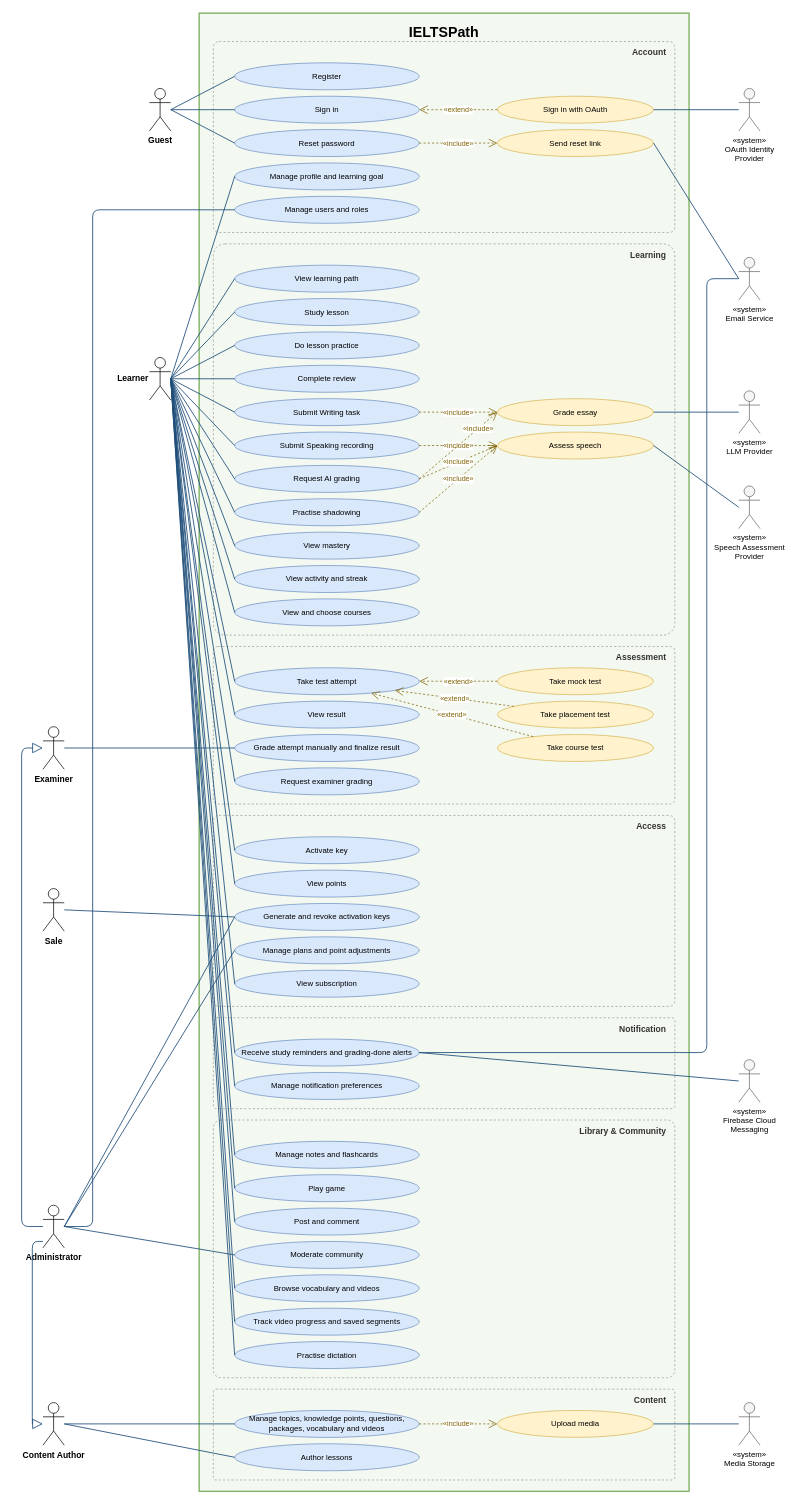
The draw.io diagram capstone-docs/rp_3.0_system-requirements-system/diagram_script/part2-diagrams/IELTSPath_UseCaseDiagram.drawio.xml in IeltsPath-Platform/backend, before the edit. Source tidied: cells renumbered, new cells numbered last; positions are measured from the earlier drawing's top-left corner, leaving out a move shared by most shapes. Both pictures are drawn from the tidied source at 71%, with x=0, y=0 at pixel (21, 13).
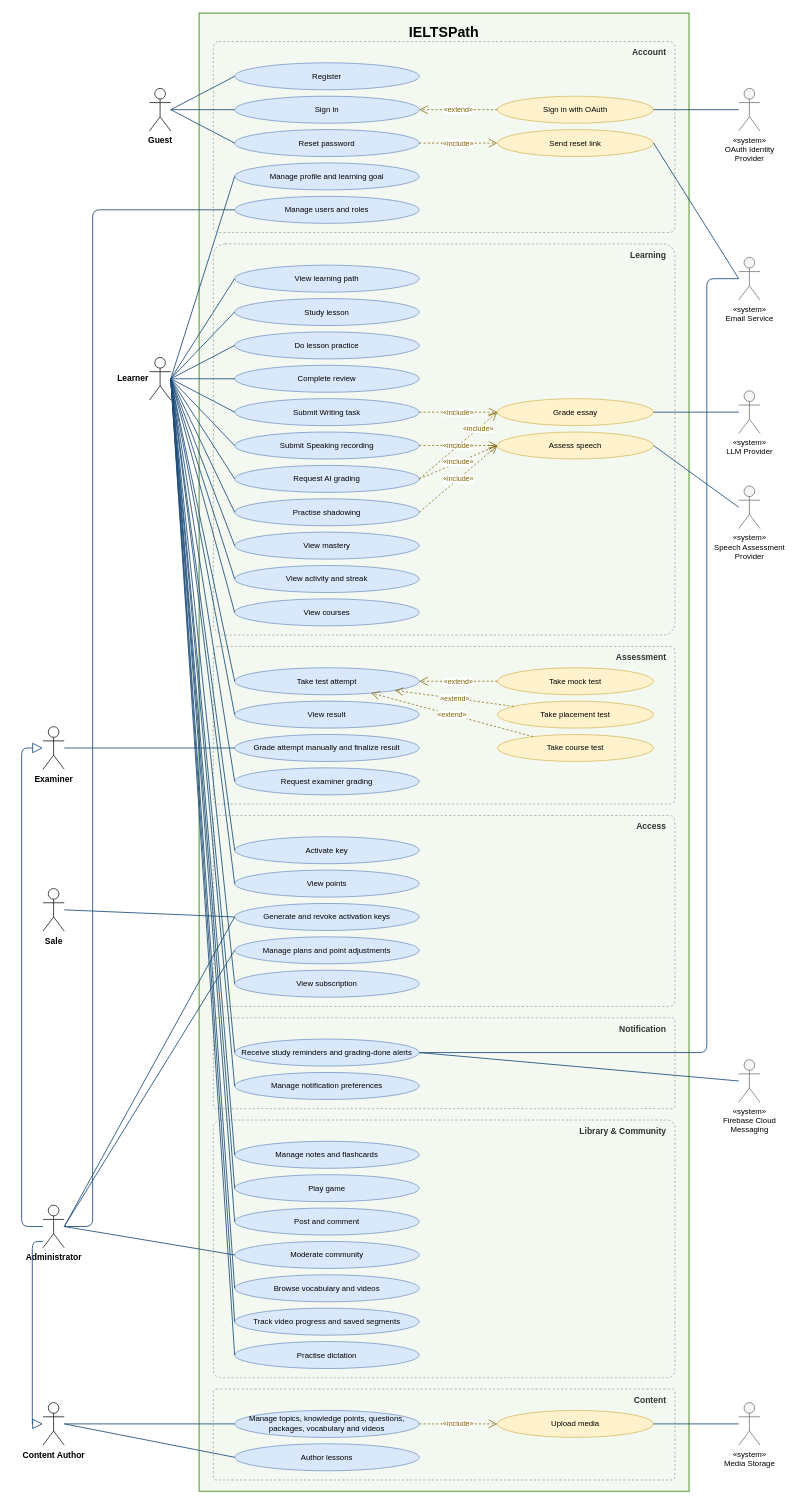
The same page after the edit.

Diff of the diagram source:
```diff
@@
-    <mxCell id="119" value="View and choose courses" style="ellipse;whiteSpace=wrap;html=1;fillColor=#dae8fc;strokeColor=#6c8ebf;fontSize=11;" parent="1" vertex="1">
+    <mxCell id="119" value="View courses" style="ellipse;whiteSpace=wrap;html=1;fillColor=#dae8fc;strokeColor=#6c8ebf;fontSize=11;" parent="1" vertex="1">
       <mxGeometry x="300" y="825" width="260" height="38" as="geometry" />
     </mxCell>
```
